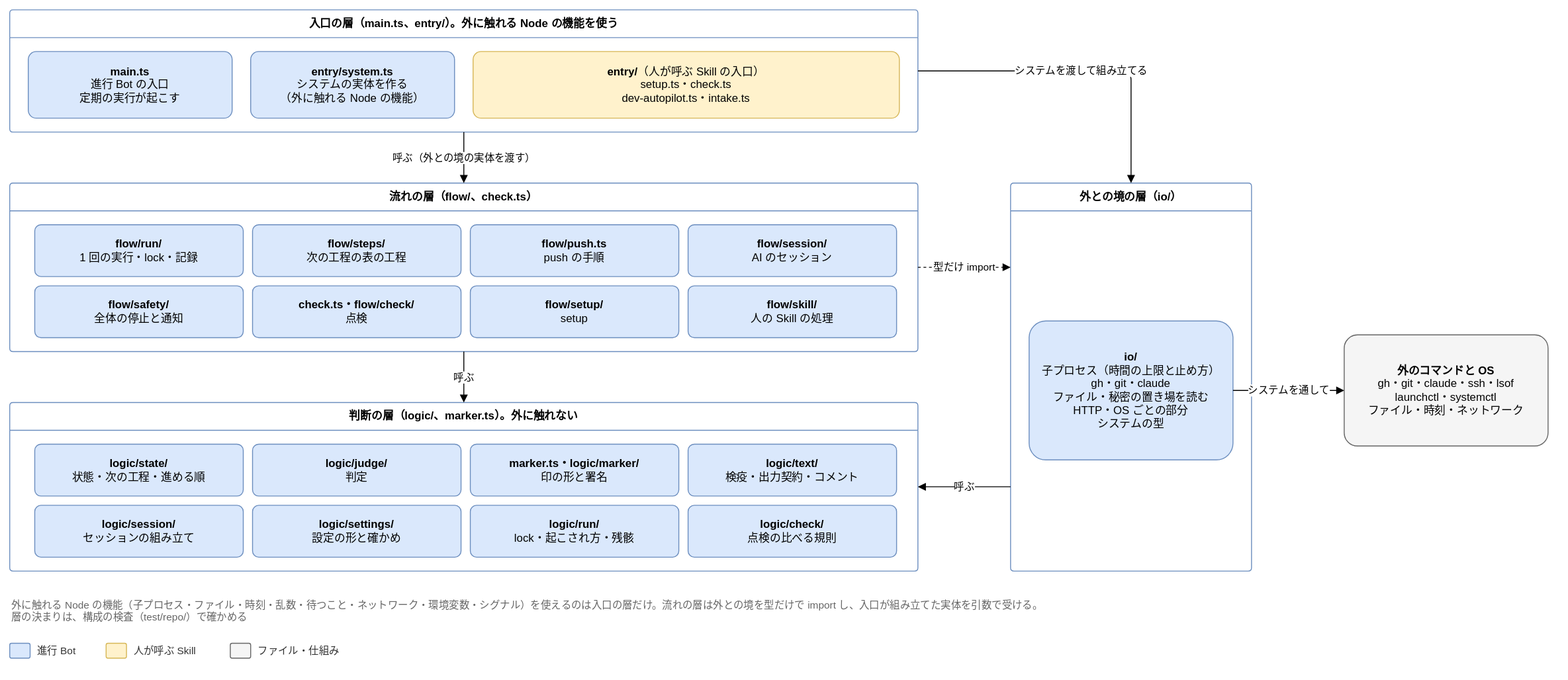
Earlier version of the draw.io export docs/design/detailed/diagrams/00-layers.drawio.svg (Joymerrevent/dev-autopilot). Source tidied: cells renumbered, new cells last; positions are measured from the earlier drawing's top-left corner, leaving out a move shared by most shapes.
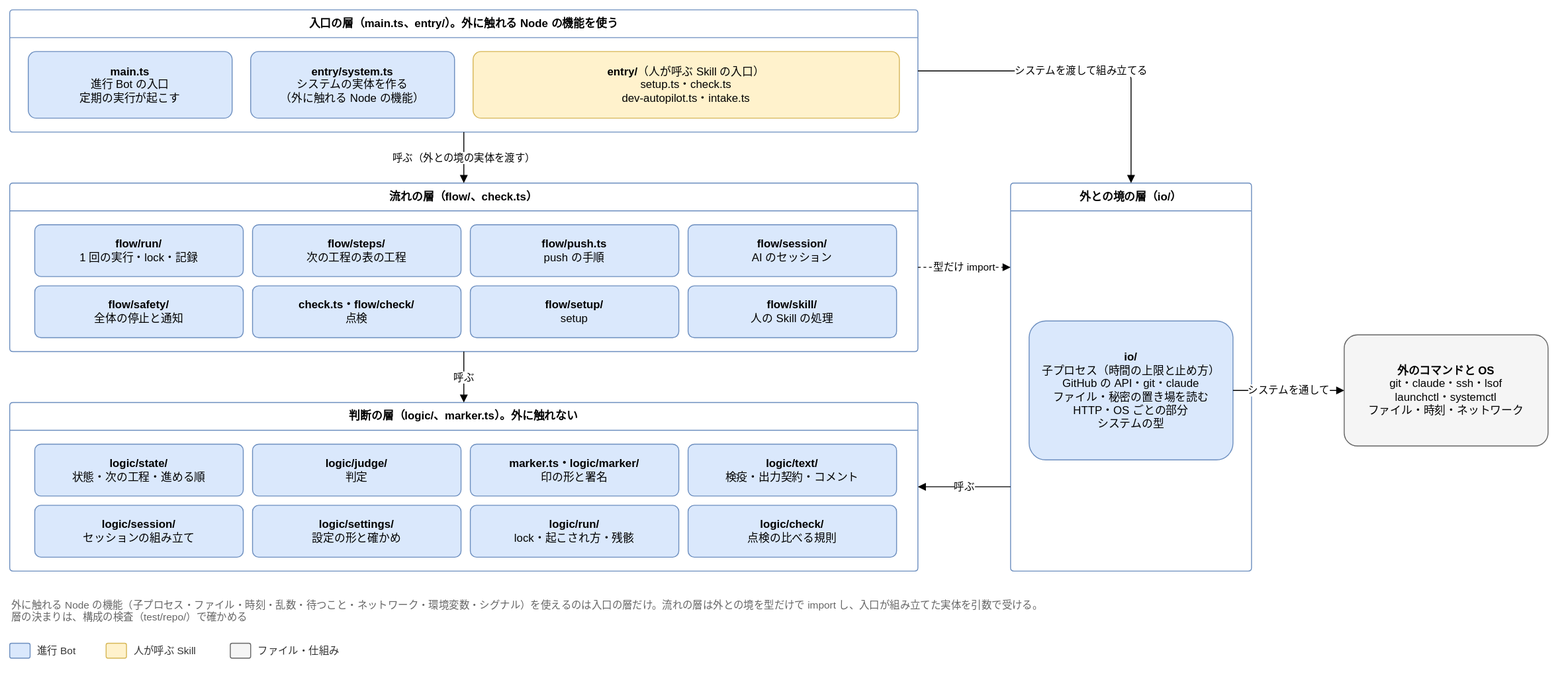
After the commit.

Commit message:
docs(design): 詳細設計の README と層・入口・テストの図を、GitHub を Octokit で呼ぶ形に直す

The edit, as a diff of the source:
```diff
@@ -71,10 +71,10 @@
     <mxCell id="24" value="外との境の層（io/）" style="swimlane;startSize=30;html=1;whiteSpace=wrap;rounded=1;arcSize=4;fontStyle=1;fontSize=12;fillColor=none;swimlaneFillColor=none;strokeColor=#6c8ebf;" parent="1" vertex="1">
       <mxGeometry x="1080" y="187" width="260" height="419" as="geometry" />
     </mxCell>
-    <mxCell id="25" value="&lt;b&gt;io/&lt;/b&gt;&lt;br&gt;子プロセス（時間の上限と止め方）&lt;br&gt;gh・git・claude&lt;br&gt;ファイル・秘密の置き場を読む&lt;br&gt;HTTP・OS ごとの部分&lt;br&gt;システムの型" style="rounded=1;whiteSpace=wrap;html=1;fontSize=12;arcSize=12;spacing=12;fillColor=#dae8fc;strokeColor=#6c8ebf;" parent="24" vertex="1">
+    <mxCell id="25" value="&lt;b&gt;io/&lt;/b&gt;&lt;br&gt;子プロセス（時間の上限と止め方）&lt;br&gt;GitHub の API・git・claude&lt;br&gt;ファイル・秘密の置き場を読む&lt;br&gt;HTTP・OS ごとの部分&lt;br&gt;システムの型" style="rounded=1;whiteSpace=wrap;html=1;fontSize=12;arcSize=12;spacing=12;fillColor=#dae8fc;strokeColor=#6c8ebf;" parent="24" vertex="1">
       <mxGeometry x="20" y="149" width="220" height="150" as="geometry" />
     </mxCell>
-    <mxCell id="26" value="&lt;b&gt;外のコマンドと OS&lt;/b&gt;&lt;br&gt;gh・git・claude・ssh・lsof&lt;br&gt;launchctl・systemctl&lt;br&gt;ファイル・時刻・ネットワーク" style="rounded=1;whiteSpace=wrap;html=1;fontSize=12;arcSize=12;spacing=12;fillColor=#f5f5f5;strokeColor=#666666;" parent="1" vertex="1">
+    <mxCell id="26" value="&lt;b&gt;外のコマンドと OS&lt;/b&gt;&lt;br&gt;git・claude・ssh・lsof&lt;br&gt;launchctl・systemctl&lt;br&gt;ファイル・時刻・ネットワーク" style="rounded=1;whiteSpace=wrap;html=1;fontSize=12;arcSize=12;spacing=12;fillColor=#f5f5f5;strokeColor=#666666;" parent="1" vertex="1">
       <mxGeometry x="1440" y="351" width="220" height="120" as="geometry" />
     </mxCell>
     <mxCell id="27" value="呼ぶ（外との境の実体を渡す）" style="edgeStyle=orthogonalEdgeStyle;rounded=1;html=1;endArrow=block;endFill=1;fontSize=11;labelBackgroundColor=#ffffff;exitX=0.5;exitY=1;exitDx=0;exitDy=0;entryX=0.5;entryY=0;entryDx=0;entryDy=0;" parent="1" edge="1" source="2" target="6">
```
